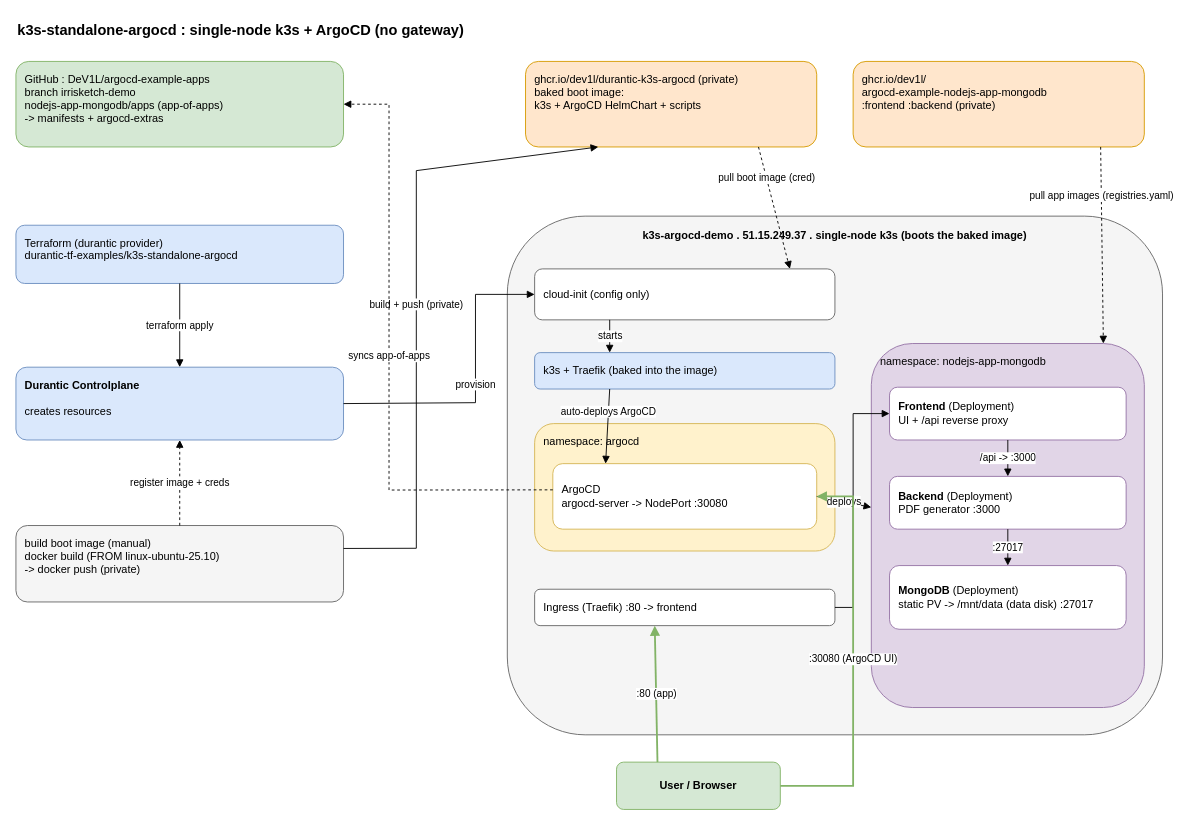
The draw.io diagram page "k3s-standalone-argocd" (1 of 3) of k3s-standalone-argocd/assets/k3s-standalone-argocd.drawio in DeV1L/durantic-tf-examples, before the edit. Source tidied: cells renumbered, new cells numbered last; positions are measured from the earlier drawing's top-left corner, leaving out a move shared by most shapes. Both pictures are drawn from the tidied source at 91%, with x=0, y=0 at pixel (15, 15).
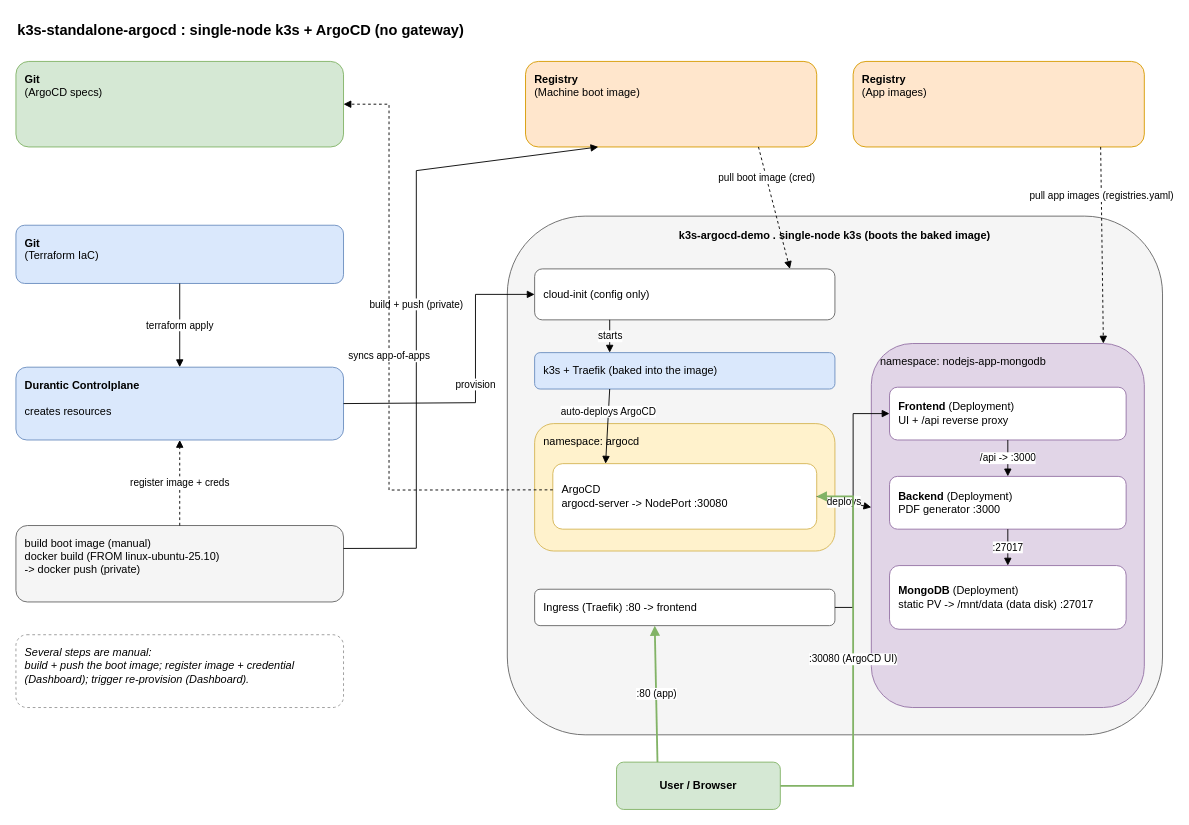
The same diagram, later.

Commit message (it also covers changes not shown here):
k3s-standalone-argocd: generalize diagram (roles, no hardcoded IP) + day-2 tweaks

Diff of the diagram source:
```diff
@@
-    <mxCell id="3" value="GitHub : DeV1L/argocd-example-apps&#10;branch irrisketch-demo&#10;nodejs-app-mongodb/apps (app-of-apps)&#10;-&gt; manifests + argocd-extras" style="rounded=1;whiteSpace=wrap;html=1;fillColor=#d5e8d4;strokeColor=#82b366;align=left;verticalAlign=top;spacingLeft=8;spacingTop=6;" parent="1" vertex="1">
+    <mxCell id="3" value="&lt;b&gt;Git&lt;/b&gt;&#10;(ArgoCD specs)" style="rounded=1;whiteSpace=wrap;html=1;fillColor=#d5e8d4;strokeColor=#82b366;align=left;verticalAlign=top;spacingLeft=8;spacingTop=6;" parent="1" vertex="1">
       <mxGeometry y="50" width="360" height="94" as="geometry" />
     </mxCell>
-    <mxCell id="4" value="ghcr.io/dev1l/durantic-k3s-argocd (private)&#10;baked boot image:&#10;k3s + ArgoCD HelmChart + scripts" style="rounded=1;whiteSpace=wrap;html=1;fillColor=#ffe6cc;strokeColor=#d79b00;align=left;verticalAlign=top;spacingLeft=8;spacingTop=6;" parent="1" vertex="1">
+    <mxCell id="4" value="&lt;b&gt;Registry&lt;/b&gt;&#10;(Machine boot image)" style="rounded=1;whiteSpace=wrap;html=1;fillColor=#ffe6cc;strokeColor=#d79b00;align=left;verticalAlign=top;spacingLeft=8;spacingTop=6;" parent="1" vertex="1">
       <mxGeometry x="560" y="50" width="320" height="94" as="geometry" />
     </mxCell>
-    <mxCell id="5" value="ghcr.io/dev1l/&#10;argocd-example-nodejs-app-mongodb&#10;:frontend  :backend  (private)" style="rounded=1;whiteSpace=wrap;html=1;fillColor=#ffe6cc;strokeColor=#d79b00;align=left;verticalAlign=top;spacingLeft=8;spacingTop=6;" parent="1" vertex="1">
+    <mxCell id="5" value="&lt;b&gt;Registry&lt;/b&gt;&#10;(App images)" style="rounded=1;whiteSpace=wrap;html=1;fillColor=#ffe6cc;strokeColor=#d79b00;align=left;verticalAlign=top;spacingLeft=8;spacingTop=6;" parent="1" vertex="1">
       <mxGeometry x="920" y="50" width="320" height="94" as="geometry" />
     </mxCell>
-    <mxCell id="6" value="Terraform  (durantic provider)&#10;durantic-tf-examples/k3s-standalone-argocd" style="rounded=1;whiteSpace=wrap;html=1;fillColor=#dae8fc;strokeColor=#6c8ebf;align=left;verticalAlign=top;spacingLeft=8;spacingTop=6;" parent="1" vertex="1">
+    <mxCell id="6" value="&lt;b&gt;Git&lt;/b&gt;&#10;(Terraform IaC)" style="rounded=1;whiteSpace=wrap;html=1;fillColor=#dae8fc;strokeColor=#6c8ebf;align=left;verticalAlign=top;spacingLeft=8;spacingTop=6;" parent="1" vertex="1">
       <mxGeometry y="230" width="360" height="64" as="geometry" />
     </mxCell>
@@
-    <mxCell id="9" value="k3s-argocd-demo  .  51.15.249.37  .  single-node k3s (boots the baked image)" style="rounded=1;whiteSpace=wrap;html=1;fillColor=#f5f5f5;strokeColor=#666666;align=center;verticalAlign=top;fontStyle=1;spacingTop=8;" parent="1" vertex="1">
+    <mxCell id="9" value="k3s-argocd-demo  .  single-node k3s (boots the baked image)" style="rounded=1;whiteSpace=wrap;html=1;fillColor=#f5f5f5;strokeColor=#666666;align=center;verticalAlign=top;fontStyle=1;spacingTop=8;" parent="1" vertex="1">
       <mxGeometry x="540" y="220" width="720" height="570" as="geometry" />
     </mxCell>
@@
+    <mxCell id="35" value="Several steps are manual:&#10;build + push the boot image; register image + credential (Dashboard); trigger re-provision (Dashboard)." style="rounded=1;whiteSpace=wrap;html=1;dashed=1;fillColor=#ffffff;strokeColor=#999999;align=left;verticalAlign=top;spacingLeft=8;spacingTop=6;fontStyle=2;" parent="1" vertex="1">
+      <mxGeometry y="680" width="360" height="80" as="geometry" />
+    </mxCell>
```
